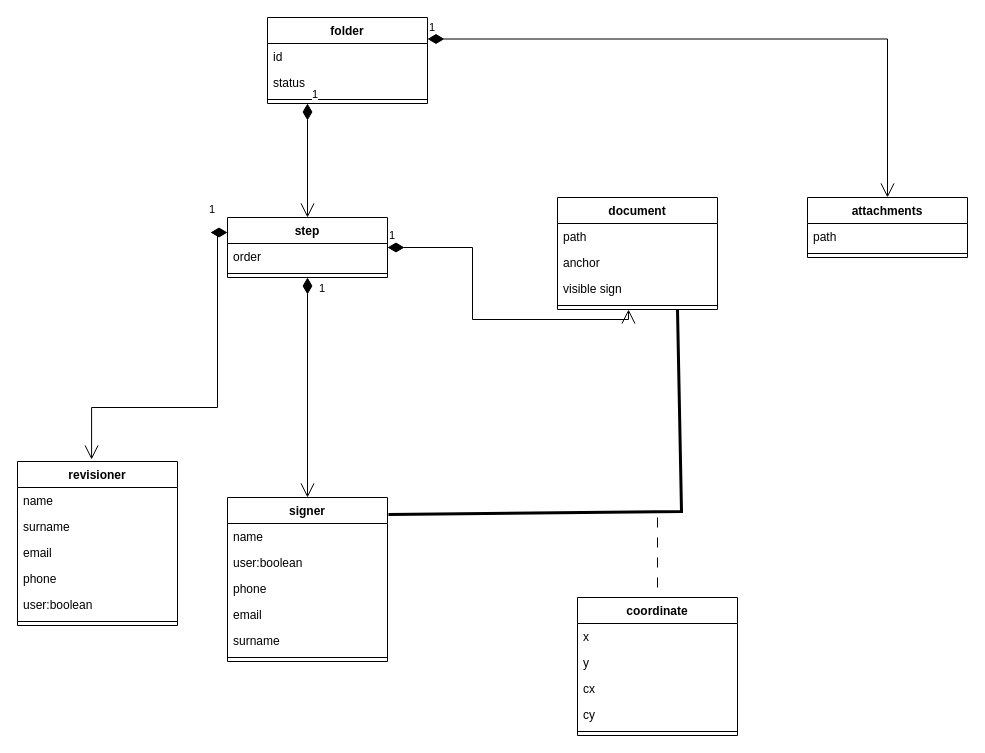
Before: page "model" (1 of 2) of model.drawio in carnivuth/digitalsignIntegrationdoc, a draw.io diagram. Source tidied: cells renumbered, new cells numbered last; positions are measured from the earlier drawing's top-left corner, leaving out a move shared by most shapes. Both pictures are drawn from the tidied source at 100%, with x=0, y=0 at pixel (17, 17).
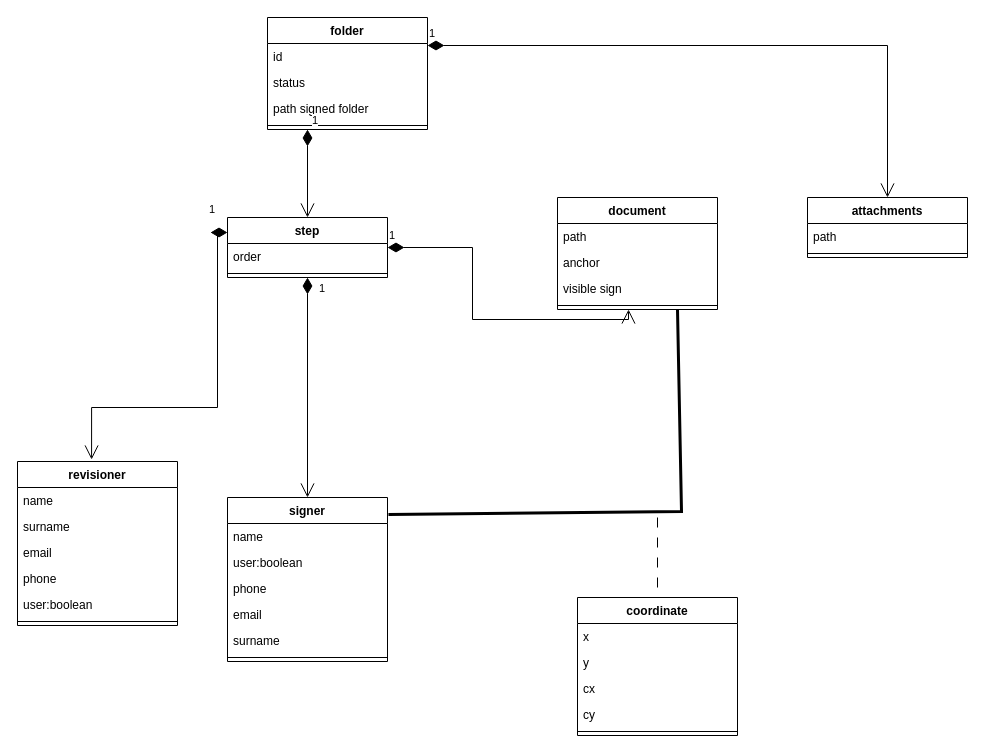
After the change.

Commit message (it also covers changes not shown here):
added path folder attribute

What changed in the source:
```diff
@@
     <mxCell id="2" value="folder" style="swimlane;fontStyle=1;align=center;verticalAlign=top;horizontal=1;startSize=26;" parent="1" vertex="1">
-      <mxGeometry x="250" width="160" height="86" as="geometry" />
+      <mxGeometry x="250" width="160" height="112" as="geometry" />
     </mxCell>
@@
+    <mxCell id="44" value="path signed folder" style="text;strokeColor=none;fillColor=none;align=left;verticalAlign=top;spacingLeft=4;spacingRight=4;overflow=hidden;" parent="2" vertex="1">
+      <mxGeometry y="78" width="160" height="26" as="geometry" />
+    </mxCell>
     <mxCell id="5" style="line;strokeWidth=1;fillColor=none;align=left;verticalAlign=middle;spacingTop=-1;spacingLeft=3;spacingRight=3;labelPosition=right;strokeColor=inherit;" parent="2" vertex="1">
-      <mxGeometry y="78" width="160" height="8" as="geometry" />
+      <mxGeometry y="104" width="160" height="8" as="geometry" />
     </mxCell>
```
